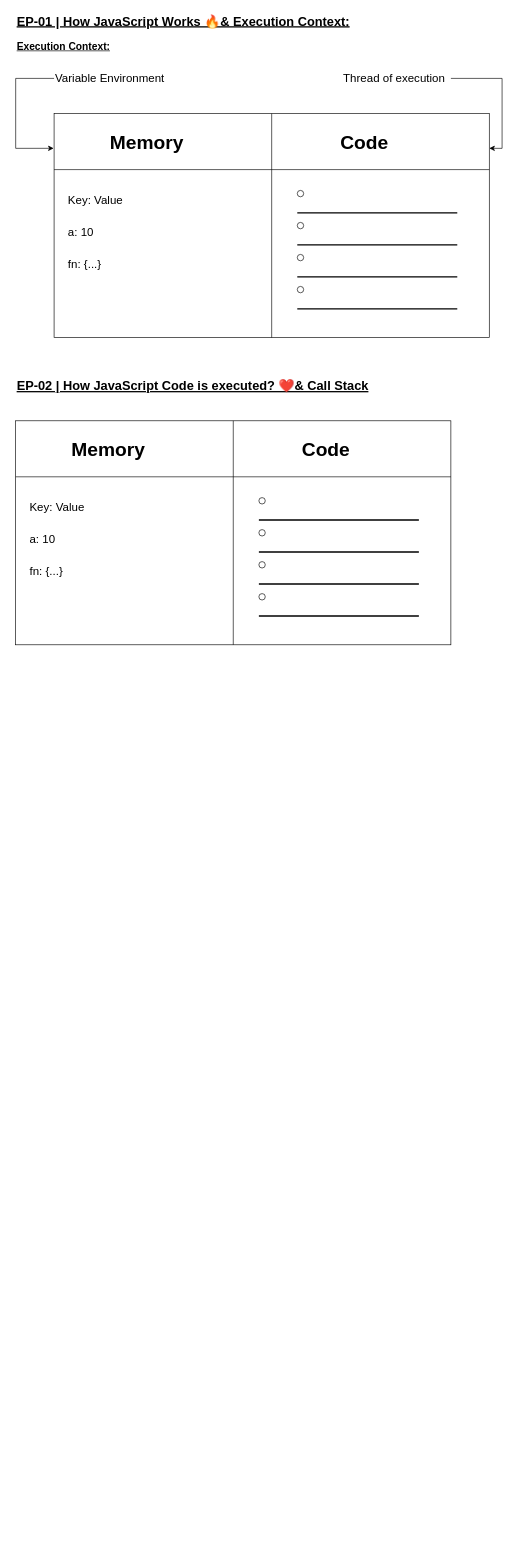
Earlier version of the draw.io diagram theory/namaste-javascript.drawio (sandeeprana19/namaste-javascript). Source tidied: cells renumbered, new cells numbered last; positions are measured from the earlier drawing's top-left corner, leaving out a move shared by most shapes. Both pictures are drawn from the tidied source at 64%, with x=0, y=0 at pixel (15, 11).
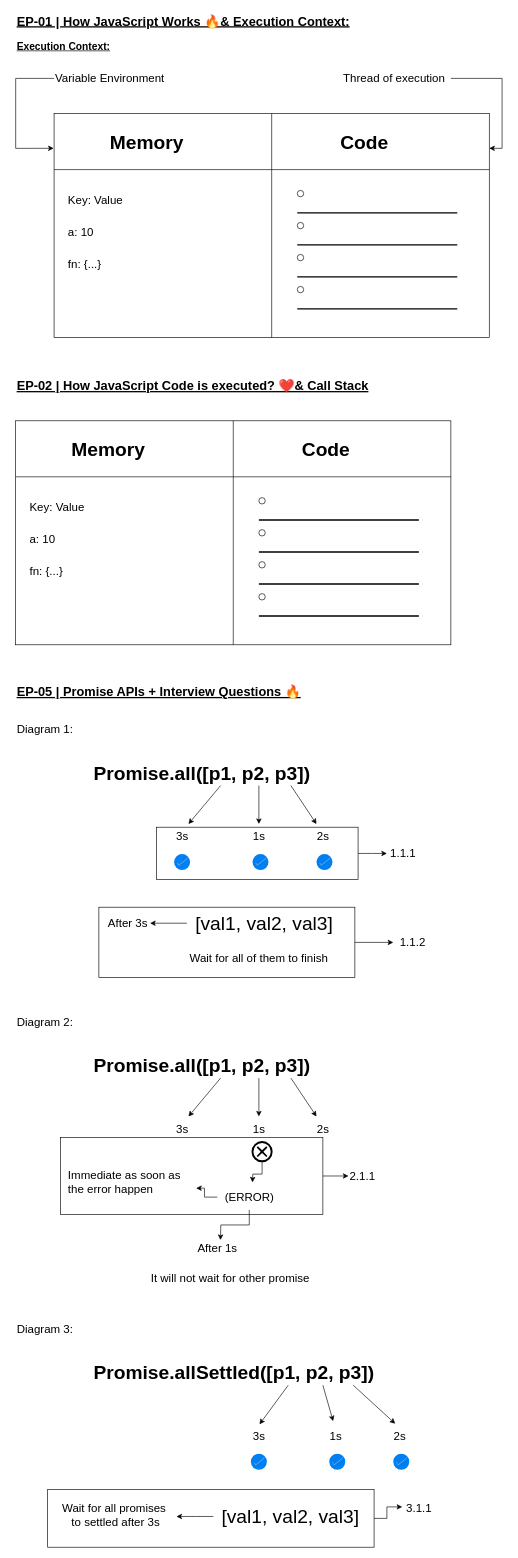
The same page after the edit.

Commit message (it also covers changes not shown here):
season-02 ep-04 lip

Diff of the diagram source:
```diff
@@
     <mxCell id="30" style="group;" parent="1" vertex="1">
-      <mxGeometry y="640" width="680" height="350" as="geometry" />
+      <mxGeometry y="640" width="730" height="350" as="geometry" />
     </mxCell>
@@
+    <mxCell id="51" style="text;html=1;align=center;verticalAlign=middle;strokeColor=none;fillColor=none;" parent="1" vertex="1">
+      <mxGeometry x="30" y="1018" width="20" height="30" as="geometry" />
+    </mxCell>
+    <mxCell id="52" value="&lt;div style=&quot;&quot;&gt;&lt;font face=&quot;poppins&quot;&gt;&lt;span style=&quot;font-size: 20px;&quot;&gt;&lt;b&gt;&lt;u&gt;EP-05 | Promise APIs + Interview Questions 🔥&lt;/u&gt;&lt;/b&gt;&lt;/span&gt;&lt;/font&gt;&lt;br&gt;&lt;/div&gt;" style="text;html=1;align=left;verticalAlign=middle;whiteSpace=wrap;rounded=0;strokeWidth=1;" parent="1" vertex="1">
+      <mxGeometry y="1048" width="740" height="30" as="geometry" />
+    </mxCell>
+    <mxCell id="53" style="group;" parent="1" vertex="1">
+      <mxGeometry y="1103" width="670" height="407" as="geometry" />
+    </mxCell>
+    <mxCell id="54" value="&lt;span style=&quot;font-weight: normal; font-size: 18px;&quot;&gt;&lt;font style=&quot;font-size: 18px;&quot;&gt;Diagram 1:&lt;/font&gt;&lt;/span&gt;" style="text;html=1;align=left;verticalAlign=middle;strokeColor=none;fillColor=none;fontStyle=1;fontSize=18;" parent="53" vertex="1">
+      <mxGeometry width="110" height="40" as="geometry" />
+    </mxCell>
+    <mxCell id="55" style="group;" parent="53" vertex="1">
+      <mxGeometry x="120" y="47" width="550" height="360" as="geometry" />
+    </mxCell>
+    <mxCell id="56" style="group;" parent="55" vertex="1">
+      <mxGeometry width="515" height="200" as="geometry" />
+    </mxCell>
+    <mxCell id="57" value="&lt;h2&gt;&lt;b&gt;&lt;font style=&quot;font-size: 30px;&quot;&gt;Promise.all([p1, p2, p3])&lt;/font&gt;&lt;/b&gt;&lt;/h2&gt;" style="text;html=1;align=left;verticalAlign=middle;points=[];strokeColor=none;fillColor=none;" parent="56" vertex="1">
+      <mxGeometry width="360" height="80" as="geometry" />
+    </mxCell>
+    <mxCell id="58" style="group;" parent="56" vertex="1">
+      <mxGeometry x="100" y="120" width="415" height="87" as="geometry" />
+    </mxCell>
+    <mxCell id="59" style="rounded=0;whiteSpace=wrap;html=1;fillColor=none;" parent="58" vertex="1">
+      <mxGeometry y="5" width="315" height="82" as="geometry" />
+    </mxCell>
+    <mxCell id="60" style="group;" parent="58" vertex="1">
+      <mxGeometry x="20" width="395" height="72" as="geometry" />
+    </mxCell>
+    <mxCell id="61" style="edgeStyle=orthogonalEdgeStyle;rounded=0;jettySize=auto;html=1;" parent="60" edge="1" source="59">
+      <mxGeometry relative="1" as="geometry">
+        <mxPoint x="340" y="46" as="targetPoint" />
+      </mxGeometry>
+    </mxCell>
+    <mxCell id="62" value="&lt;font style=&quot;font-size: 18px;&quot;&gt;3s&lt;/font&gt;" style="text;html=1;align=center;verticalAlign=middle;strokeColor=none;fillColor=none;" parent="60" vertex="1">
+      <mxGeometry width="40" height="40" as="geometry" />
+    </mxCell>
+    <mxCell id="63" value="&lt;font style=&quot;font-size: 18px;&quot;&gt;1s&lt;/font&gt;" style="text;html=1;align=center;verticalAlign=middle;strokeColor=none;fillColor=none;" parent="60" vertex="1">
+      <mxGeometry x="120" width="40" height="40" as="geometry" />
+    </mxCell>
+    <mxCell id="64" value="&lt;font style=&quot;font-size: 18px;&quot;&gt;2s&lt;/font&gt;" style="text;html=1;align=center;verticalAlign=middle;strokeColor=none;fillColor=none;" parent="60" vertex="1">
+      <mxGeometry x="220" width="40" height="40" as="geometry" />
+    </mxCell>
+    <mxCell id="65" style="html=1;verticalLabelPosition=bottom;labelBackgroundColor=#ffffff;verticalAlign=top;shadow=0;dashed=0;strokeWidth=2;shape=mxgraph.ios7.misc.select;fillColor=#0080f0;strokeColor=#ffffff;sketch=0;" parent="60" vertex="1">
+      <mxGeometry x="7.5" y="47" width="25" height="25" as="geometry" />
+    </mxCell>
+    <mxCell id="66" style="html=1;verticalLabelPosition=bottom;labelBackgroundColor=#ffffff;verticalAlign=top;shadow=0;dashed=0;strokeWidth=2;shape=mxgraph.ios7.misc.select;fillColor=#0080f0;strokeColor=#ffffff;sketch=0;" parent="60" vertex="1">
+      <mxGeometry x="130" y="47" width="25" height="25" as="geometry" />
+    </mxCell>
+    <mxCell id="67" style="html=1;verticalLabelPosition=bottom;labelBackgroundColor=#ffffff;verticalAlign=top;shadow=0;dashed=0;strokeWidth=2;shape=mxgraph.ios7.misc.select;fillColor=#0080f0;strokeColor=#ffffff;sketch=0;" parent="60" vertex="1">
+      <mxGeometry x="230" y="47" width="25" height="25" as="geometry" />
+    </mxCell>
+    <mxCell id="68" value="&lt;font style=&quot;font-size: 18px;&quot;&gt;1.1.1&lt;/font&gt;" style="text;html=1;align=center;verticalAlign=middle;strokeColor=none;fillColor=none;" parent="60" vertex="1">
+      <mxGeometry x="335" y="26" width="60" height="40" as="geometry" />
+    </mxCell>
+    <mxCell id="69" style="group;" parent="56" vertex="1">
+      <mxGeometry x="150" y="60" width="200" height="60" as="geometry" />
+    </mxCell>
+    <mxCell id="70" style="endArrow=classic;html=1;rounded=0;exitX=0.556;exitY=0.75;exitDx=0;exitDy=0;exitPerimeter=0;" parent="69" edge="1" source="57">
+      <mxGeometry relative="1" as="geometry">
+        <mxPoint y="60" as="targetPoint" />
+      </mxGeometry>
+    </mxCell>
+    <mxCell id="71" style="endArrow=classic;html=1;rounded=0;exitX=0.556;exitY=0.75;exitDx=0;exitDy=0;exitPerimeter=0;" parent="69" edge="1">
+      <mxGeometry relative="1" as="geometry">
+        <mxPoint x="110" as="sourcePoint" />
+        <mxPoint x="110" y="60" as="targetPoint" />
+      </mxGeometry>
+    </mxCell>
+    <mxCell id="72" style="endArrow=classic;html=1;rounded=0;exitX=0.556;exitY=0.75;exitDx=0;exitDy=0;exitPerimeter=0;" parent="69" edge="1">
+      <mxGeometry relative="1" as="geometry">
+        <mxPoint x="160" as="sourcePoint" />
+        <mxPoint x="200" y="60" as="targetPoint" />
+      </mxGeometry>
+    </mxCell>
+    <mxCell id="73" style="group;" parent="55" vertex="1">
+      <mxGeometry x="10" y="250" width="540" height="110" as="geometry" />
+    </mxCell>
+    <mxCell id="74" style="edgeStyle=orthogonalEdgeStyle;rounded=0;jettySize=auto;html=1;" parent="73" edge="1" source="75">
+      <mxGeometry relative="1" as="geometry">
+        <mxPoint x="460" y="55" as="targetPoint" />
+      </mxGeometry>
+    </mxCell>
+    <mxCell id="75" style="rounded=0;whiteSpace=wrap;html=1;fillColor=none;" parent="73" vertex="1">
+      <mxGeometry width="400" height="110" as="geometry" />
+    </mxCell>
+    <mxCell id="76" style="edgeStyle=orthogonalEdgeStyle;rounded=0;jettySize=auto;html=1;" parent="73" edge="1" source="77">
+      <mxGeometry relative="1" as="geometry">
+        <mxPoint x="80" y="25" as="targetPoint" />
+      </mxGeometry>
+    </mxCell>
+    <mxCell id="77" value="&lt;font style=&quot;font-size: 30px;&quot;&gt;[val1, val2, val3]&lt;/font&gt;" style="text;html=1;align=center;verticalAlign=middle;points=[];strokeColor=none;fillColor=none;" parent="73" vertex="1">
+      <mxGeometry x="137.5" width="240" height="50" as="geometry" />
+    </mxCell>
+    <mxCell id="78" value="&lt;font style=&quot;font-size: 18px;&quot;&gt;After 3s&lt;/font&gt;" style="text;html=1;align=center;verticalAlign=middle;strokeColor=none;fillColor=none;" parent="73" vertex="1">
+      <mxGeometry y="5" width="90" height="40" as="geometry" />
+    </mxCell>
+    <mxCell id="79" value="&lt;font style=&quot;font-size: 18px;&quot;&gt;Wait for all of them to finish&lt;/font&gt;" style="text;html=1;align=left;verticalAlign=middle;strokeColor=none;fillColor=none;" parent="73" vertex="1">
+      <mxGeometry x="140" y="60" width="240" height="40" as="geometry" />
+    </mxCell>
+    <mxCell id="80" value="&lt;font style=&quot;font-size: 18px;&quot;&gt;1.1.2&lt;/font&gt;" style="text;html=1;align=center;verticalAlign=middle;strokeColor=none;fillColor=none;" parent="73" vertex="1">
+      <mxGeometry x="460" y="35" width="60" height="40" as="geometry" />
+    </mxCell>
+    <mxCell id="81" style="group;" parent="1" vertex="1">
+      <mxGeometry y="1560" width="635" height="440" as="geometry" />
+    </mxCell>
+    <mxCell id="82" style="edgeStyle=orthogonalEdgeStyle;rounded=0;jettySize=auto;html=1;" parent="81" edge="1" source="83">
+      <mxGeometry relative="1" as="geometry">
+        <mxPoint x="520" y="260" as="targetPoint" />
+      </mxGeometry>
+    </mxCell>
+    <mxCell id="83" style="rounded=0;whiteSpace=wrap;html=1;fillColor=none;" parent="81" vertex="1">
+      <mxGeometry x="70" y="200" width="410" height="120" as="geometry" />
+    </mxCell>
+    <mxCell id="84" value="&lt;font style=&quot;font-size: 18px;&quot;&gt;Immediate as soon as&amp;nbsp;&lt;/font&gt;&lt;div&gt;&lt;font style=&quot;font-size: 18px;&quot;&gt;the error happen&lt;/font&gt;&lt;/div&gt;" style="text;html=1;align=left;verticalAlign=middle;points=[];strokeColor=none;fillColor=none;" parent="81" vertex="1">
+      <mxGeometry x="80" y="240" width="200" height="60" as="geometry" />
+    </mxCell>
+    <mxCell id="85" value="&lt;span style=&quot;font-weight: normal; font-size: 18px;&quot;&gt;&lt;font style=&quot;font-size: 18px;&quot;&gt;Diagram 2:&lt;/font&gt;&lt;/span&gt;" style="text;html=1;align=left;verticalAlign=middle;strokeColor=none;fillColor=none;fontStyle=1;fontSize=18;" parent="81" vertex="1">
+      <mxGeometry width="110" height="40" as="geometry" />
+    </mxCell>
+    <mxCell id="86" style="group;" parent="81" vertex="1">
+      <mxGeometry x="120" y="47" width="515" height="200" as="geometry" />
+    </mxCell>
+    <mxCell id="87" value="&lt;h2&gt;&lt;b&gt;&lt;font style=&quot;font-size: 30px;&quot;&gt;Promise.all([p1, p2, p3])&lt;/font&gt;&lt;/b&gt;&lt;/h2&gt;" style="text;html=1;align=left;verticalAlign=middle;points=[];strokeColor=none;fillColor=none;" parent="86" vertex="1">
+      <mxGeometry width="360" height="80" as="geometry" />
+    </mxCell>
+    <mxCell id="88" style="group;" parent="86" vertex="1">
+      <mxGeometry x="100" y="120" width="415" height="87" as="geometry" />
+    </mxCell>
+    <mxCell id="89" style="group;" parent="88" vertex="1">
+      <mxGeometry x="20" width="395" height="83" as="geometry" />
+    </mxCell>
+    <mxCell id="90" value="&lt;font style=&quot;font-size: 18px;&quot;&gt;3s&lt;/font&gt;" style="text;html=1;align=center;verticalAlign=middle;strokeColor=none;fillColor=none;" parent="89" vertex="1">
+      <mxGeometry width="40" height="40" as="geometry" />
+    </mxCell>
+    <mxCell id="91" value="&lt;font style=&quot;font-size: 18px;&quot;&gt;1s&lt;/font&gt;" style="text;html=1;align=center;verticalAlign=middle;strokeColor=none;fillColor=none;" parent="89" vertex="1">
+      <mxGeometry x="120" width="40" height="40" as="geometry" />
+    </mxCell>
+    <mxCell id="92" value="&lt;font style=&quot;font-size: 18px;&quot;&gt;2s&lt;/font&gt;" style="text;html=1;align=center;verticalAlign=middle;strokeColor=none;fillColor=none;" parent="89" vertex="1">
+      <mxGeometry x="220" width="40" height="40" as="geometry" />
+    </mxCell>
+    <mxCell id="93" style="edgeStyle=orthogonalEdgeStyle;rounded=0;jettySize=auto;html=1;" parent="89" edge="1" source="94">
+      <mxGeometry relative="1" as="geometry">
+        <mxPoint x="130" y="103" as="targetPoint" />
+      </mxGeometry>
+    </mxCell>
+    <mxCell id="94" style="points=[[0.145,0.145,0],[0.5,0,0],[0.855,0.145,0],[1,0.5,0],[0.855,0.855,0],[0.5,1,0],[0.145,0.855,0],[0,0.5,0]];shape=mxgraph.bpmn.event;html=1;verticalLabelPosition=bottom;labelBackgroundColor=#ffffff;verticalAlign=top;align=center;perimeter=ellipsePerimeter;outlineConnect=0;outline=end;symbol=cancel;" parent="89" vertex="1">
+      <mxGeometry x="130" y="40" width="30" height="30" as="geometry" />
+    </mxCell>
+    <mxCell id="95" style="group;" parent="86" vertex="1">
+      <mxGeometry x="150" y="60" width="200" height="60" as="geometry" />
+    </mxCell>
+    <mxCell id="96" style="endArrow=classic;html=1;rounded=0;exitX=0.556;exitY=0.75;exitDx=0;exitDy=0;exitPerimeter=0;" parent="95" edge="1" source="87">
+      <mxGeometry relative="1" as="geometry">
+        <mxPoint y="60" as="targetPoint" />
+      </mxGeometry>
+    </mxCell>
+    <mxCell id="97" style="endArrow=classic;html=1;rounded=0;exitX=0.556;exitY=0.75;exitDx=0;exitDy=0;exitPerimeter=0;" parent="95" edge="1">
+      <mxGeometry relative="1" as="geometry">
+        <mxPoint x="110" as="sourcePoint" />
+        <mxPoint x="110" y="60" as="targetPoint" />
+      </mxGeometry>
+    </mxCell>
+    <mxCell id="98" style="endArrow=classic;html=1;rounded=0;exitX=0.556;exitY=0.75;exitDx=0;exitDy=0;exitPerimeter=0;" parent="95" edge="1">
+      <mxGeometry relative="1" as="geometry">
+        <mxPoint x="160" as="sourcePoint" />
+        <mxPoint x="200" y="60" as="targetPoint" />
+      </mxGeometry>
+    </mxCell>
+    <mxCell id="99" style="edgeStyle=orthogonalEdgeStyle;rounded=0;jettySize=auto;html=1;fontFamily=Helvetica;fontSize=12;fontColor=default;" parent="81" edge="1" source="100">
+      <mxGeometry relative="1" as="geometry">
+        <mxPoint x="320" y="360" as="targetPoint" />
+      </mxGeometry>
+    </mxCell>
+    <mxCell id="100" value="&lt;font style=&quot;font-size: 18px;&quot;&gt;(ERROR)&lt;/font&gt;" style="text;html=1;align=center;verticalAlign=middle;points=[];strokeColor=none;fillColor=none;" parent="81" vertex="1">
+      <mxGeometry x="315" y="273" width="100" height="40" as="geometry" />
+    </mxCell>
+    <mxCell id="101" style="edgeStyle=orthogonalEdgeStyle;rounded=0;jettySize=auto;html=1;entryX=1.01;entryY=0.65;entryDx=0;entryDy=0;entryPerimeter=0;" parent="81" edge="1" source="100" target="84">
+      <mxGeometry relative="1" as="geometry" />
+    </mxCell>
+    <mxCell id="102" value="&lt;font style=&quot;font-size: 18px;&quot;&gt;2.1.1&lt;/font&gt;" style="text;html=1;align=left;verticalAlign=middle;strokeColor=none;fillColor=none;" parent="81" vertex="1">
+      <mxGeometry x="520" y="240" width="60" height="40" as="geometry" />
+    </mxCell>
+    <mxCell id="103" value="&lt;font style=&quot;font-size: 18px;&quot;&gt;After 1s&lt;/font&gt;" style="text;html=1;align=center;verticalAlign=middle;strokeColor=none;fillColor=none;fontFamily=Helvetica;fontSize=12;fontColor=default;" parent="81" vertex="1">
+      <mxGeometry x="270" y="353" width="90" height="40" as="geometry" />
+    </mxCell>
+    <mxCell id="104" value="&lt;font style=&quot;font-size: 18px;&quot;&gt;It will not wait for other promise&lt;/font&gt;" style="text;html=1;align=center;verticalAlign=middle;strokeColor=none;fillColor=none;fontFamily=Helvetica;fontSize=12;fontColor=default;" parent="81" vertex="1">
+      <mxGeometry x="200" y="400" width="270" height="40" as="geometry" />
+    </mxCell>
+    <mxCell id="105" value="&lt;span style=&quot;font-weight: normal; font-size: 18px;&quot;&gt;&lt;font style=&quot;font-size: 18px;&quot;&gt;Diagram 3:&lt;/font&gt;&lt;/span&gt;" style="text;html=1;align=left;verticalAlign=middle;strokeColor=none;fillColor=none;fontStyle=1;fontSize=18;" parent="1" vertex="1">
+      <mxGeometry y="2040" width="110" height="40" as="geometry" />
+    </mxCell>
+    <mxCell id="106" value="&lt;h2&gt;&lt;b&gt;&lt;font style=&quot;font-size: 30px;&quot;&gt;Promise.allSettled([p1, p2, p3])&lt;/font&gt;&lt;/b&gt;&lt;/h2&gt;" style="text;html=1;align=left;verticalAlign=middle;strokeColor=none;fillColor=none;" parent="1" vertex="1">
+      <mxGeometry x="120" y="2087" width="460" height="80" as="geometry" />
+    </mxCell>
+    <mxCell id="107" style="endArrow=classic;html=1;rounded=0;exitX=0.556;exitY=0.75;exitDx=0;exitDy=0;exitPerimeter=0;entryX=0.525;entryY=0.025;entryDx=0;entryDy=0;entryPerimeter=0;" parent="1" edge="1" target="117">
+      <mxGeometry relative="1" as="geometry">
+        <mxPoint x="425.8" y="2147" as="sourcePoint" />
+      </mxGeometry>
+    </mxCell>
+    <mxCell id="108" style="endArrow=classic;html=1;rounded=0;exitX=0.556;exitY=0.75;exitDx=0;exitDy=0;exitPerimeter=0;entryX=0.4;entryY=-0.1;entryDx=0;entryDy=0;entryPerimeter=0;" parent="1" edge="1" target="118">
+      <mxGeometry relative="1" as="geometry">
+        <mxPoint x="480" y="2147" as="sourcePoint" />
+      </mxGeometry>
+    </mxCell>
+    <mxCell id="109" style="endArrow=classic;html=1;rounded=0;exitX=0.556;exitY=0.75;exitDx=0;exitDy=0;exitPerimeter=0;entryX=0.325;entryY=0;entryDx=0;entryDy=0;entryPerimeter=0;" parent="1" edge="1" target="119">
+      <mxGeometry relative="1" as="geometry">
+        <mxPoint x="527.5" y="2147" as="sourcePoint" />
+      </mxGeometry>
+    </mxCell>
+    <mxCell id="110" style="edgeStyle=orthogonalEdgeStyle;rounded=0;jettySize=auto;html=1;entryX=0.067;entryY=0.425;entryDx=0;entryDy=0;entryPerimeter=0;" parent="1" edge="1" source="111" target="115">
+      <mxGeometry relative="1" as="geometry" />
+    </mxCell>
+    <mxCell id="111" style="rounded=0;whiteSpace=wrap;html=1;fillColor=none;" parent="1" vertex="1">
+      <mxGeometry x="50" y="2310" width="510" height="90" as="geometry" />
+    </mxCell>
+    <mxCell id="112" style="edgeStyle=orthogonalEdgeStyle;rounded=0;jettySize=auto;html=1;" parent="1" edge="1" source="113">
+      <mxGeometry relative="1" as="geometry">
+        <mxPoint x="251.2" y="2352" as="targetPoint" />
+      </mxGeometry>
+    </mxCell>
+    <mxCell id="113" value="&lt;font style=&quot;font-size: 30px;&quot;&gt;[val1, val2, val3]&lt;/font&gt;" style="text;html=1;align=center;verticalAlign=middle;points=[];strokeColor=none;fillColor=none;" parent="1" vertex="1">
+      <mxGeometry x="308.8" y="2327" width="240" height="50" as="geometry" />
+    </mxCell>
+    <mxCell id="114" value="&lt;font style=&quot;font-size: 18px;&quot;&gt;Wait for all promises&amp;nbsp;&lt;/font&gt;&lt;div&gt;&lt;font style=&quot;font-size: 18px;&quot;&gt;to settled after 3s&lt;/font&gt;&lt;/div&gt;" style="text;html=1;align=center;verticalAlign=middle;strokeColor=none;fillColor=none;" parent="1" vertex="1">
+      <mxGeometry x="61.2" y="2320" width="190" height="60" as="geometry" />
+    </mxCell>
+    <mxCell id="115" value="&lt;font style=&quot;font-size: 18px;&quot;&gt;3.1.1&lt;/font&gt;" style="text;html=1;align=center;verticalAlign=middle;points=[];strokeColor=none;fillColor=none;" parent="1" vertex="1">
+      <mxGeometry x="600" y="2320" width="60" height="40" as="geometry" />
+    </mxCell>
+    <mxCell id="116" style="group;" parent="1" vertex="1">
+      <mxGeometry x="360" y="2207" width="395" height="72" as="geometry" />
+    </mxCell>
+    <mxCell id="117" value="&lt;font style=&quot;font-size: 18px;&quot;&gt;3s&lt;/font&gt;" style="text;html=1;align=center;verticalAlign=middle;points=[];strokeColor=none;fillColor=none;" parent="116" vertex="1">
+      <mxGeometry width="40" height="40" as="geometry" />
+    </mxCell>
+    <mxCell id="118" value="&lt;font style=&quot;font-size: 18px;&quot;&gt;1s&lt;/font&gt;" style="text;html=1;align=center;verticalAlign=middle;points=[];strokeColor=none;fillColor=none;" parent="116" vertex="1">
+      <mxGeometry x="120" width="40" height="40" as="geometry" />
+    </mxCell>
+    <mxCell id="119" value="&lt;font style=&quot;font-size: 18px;&quot;&gt;2s&lt;/font&gt;" style="text;html=1;align=center;verticalAlign=middle;points=[];strokeColor=none;fillColor=none;" parent="116" vertex="1">
+      <mxGeometry x="220" width="40" height="40" as="geometry" />
+    </mxCell>
+    <mxCell id="120" style="html=1;verticalLabelPosition=bottom;labelBackgroundColor=#ffffff;verticalAlign=top;shadow=0;dashed=0;strokeWidth=2;shape=mxgraph.ios7.misc.select;fillColor=#0080f0;strokeColor=#ffffff;sketch=0;" parent="116" vertex="1">
+      <mxGeometry x="7.5" y="47" width="25" height="25" as="geometry" />
+    </mxCell>
+    <mxCell id="121" style="html=1;verticalLabelPosition=bottom;labelBackgroundColor=#ffffff;verticalAlign=top;shadow=0;dashed=0;strokeWidth=2;shape=mxgraph.ios7.misc.select;fillColor=#0080f0;strokeColor=#ffffff;sketch=0;" parent="116" vertex="1">
+      <mxGeometry x="130" y="47" width="25" height="25" as="geometry" />
+    </mxCell>
+    <mxCell id="122" style="html=1;verticalLabelPosition=bottom;labelBackgroundColor=#ffffff;verticalAlign=top;shadow=0;dashed=0;strokeWidth=2;shape=mxgraph.ios7.misc.select;fillColor=#0080f0;strokeColor=#ffffff;sketch=0;" parent="116" vertex="1">
+      <mxGeometry x="230" y="47" width="25" height="25" as="geometry" />
+    </mxCell>
```
